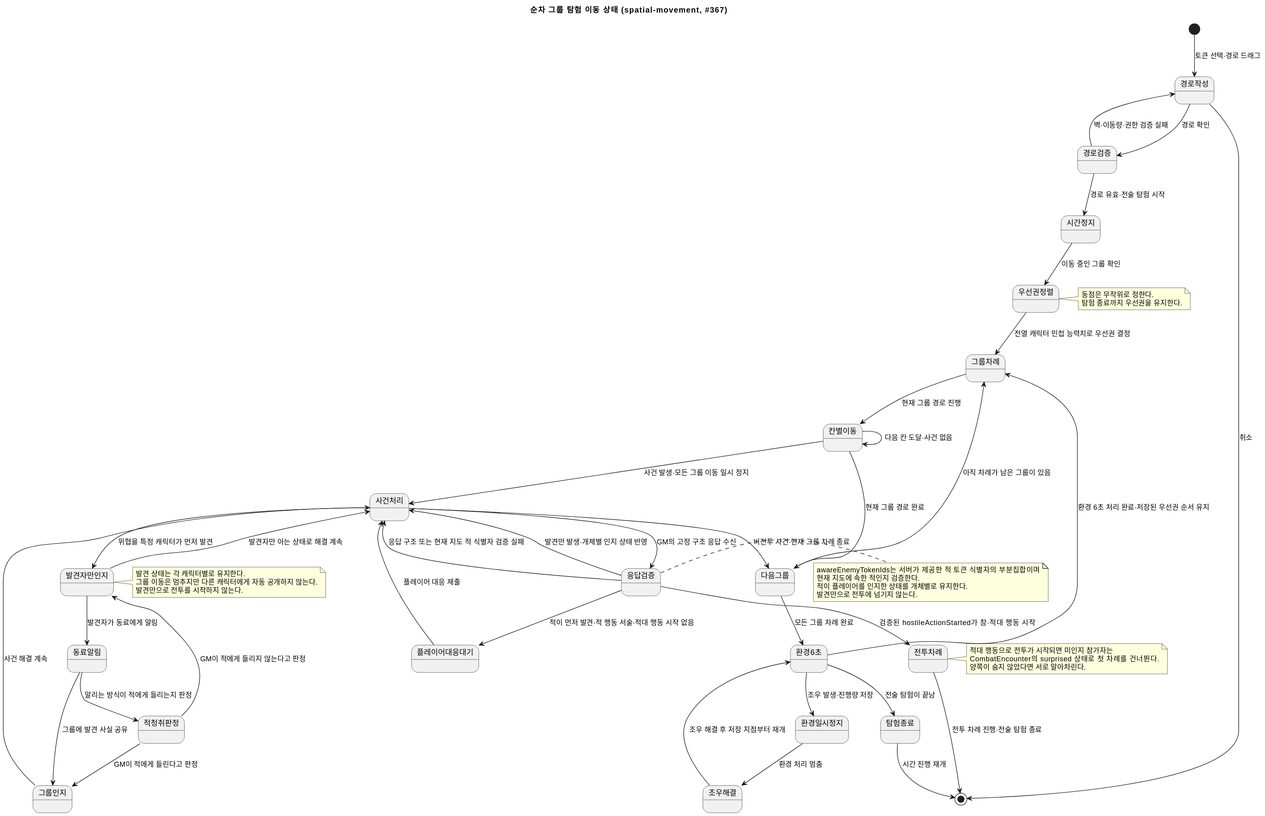
Above: docs/contracts/diagrams/spatial-movement.state.svg in omegafrog/dnd-master (PlantUML), before the change.
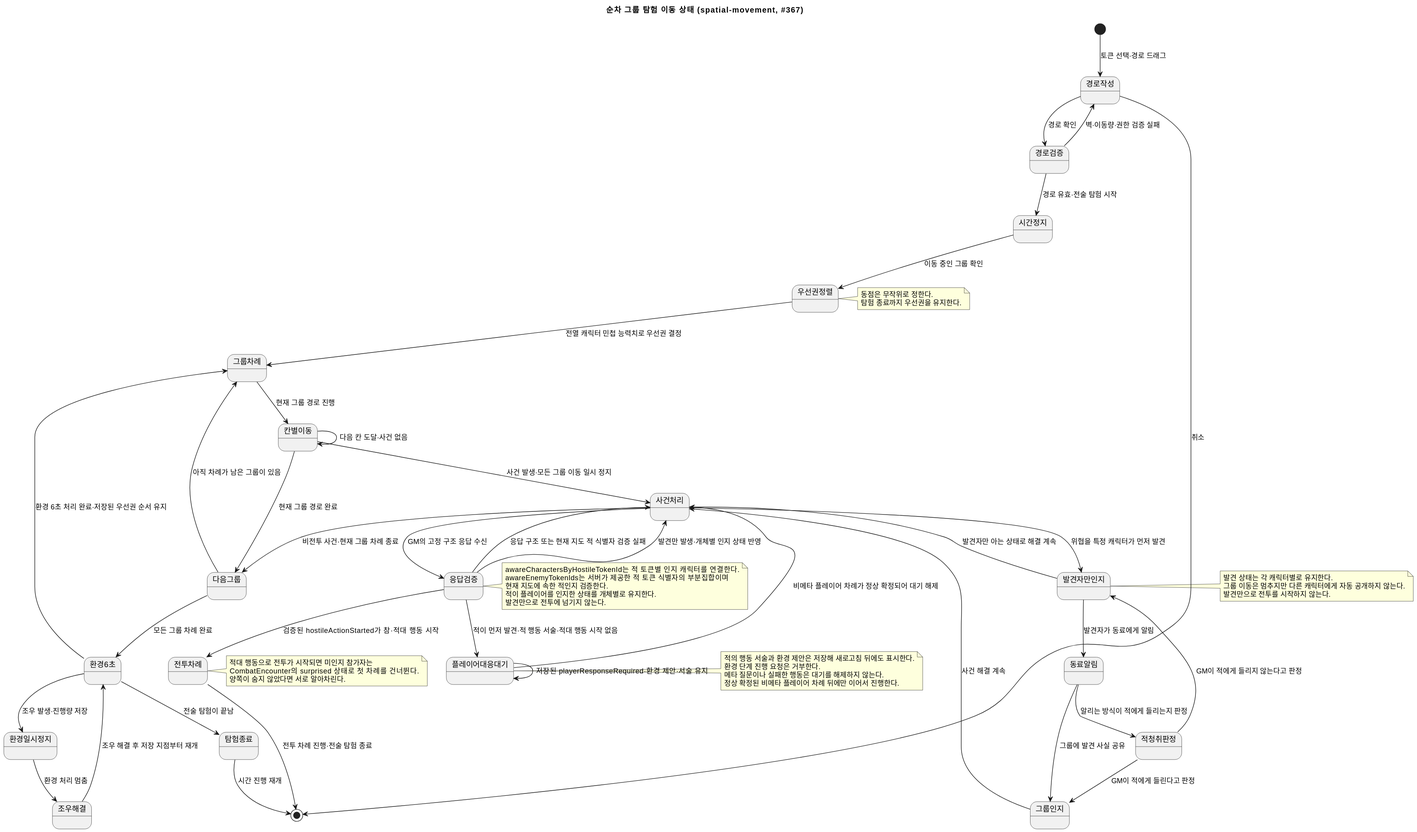
The same diagram one commit later.

What changed in the source:
```diff
@@ -17,13 +17,21 @@
  응답검증 --> 사건처리 : 응답 구조 또는 현재 지도 적 식별자 검증 실패
  응답검증 --> 전투차례 : 검증된 hostileActionStarted가 참·적대 행동 시작
  응답검증 --> 플레이어대응대기 : 적이 먼저 발견·적 행동 서술·적대 행동 시작 없음
- 플레이어대응대기 --> 사건처리 : 플레이어 대응 제출
+ 플레이어대응대기 --> 플레이어대응대기 : 저장된 playerResponseRequired·환경 제안·서술 유지
+ 플레이어대응대기 --> 사건처리 : 비메타 플레이어 차례가 정상 확정되어 대기 해제
  응답검증 --> 사건처리 : 발견만 발생·개체별 인지 상태 반영
  note right of 응답검증
+   awareCharactersByHostileTokenId는 적 토큰별 인지 캐릭터를 연결한다.
    awareEnemyTokenIds는 서버가 제공한 적 토큰 식별자의 부분집합이며
    현재 지도에 속한 적인지 검증한다.
    적이 플레이어를 인지한 상태를 개체별로 유지한다.
    발견만으로 전투에 넘기지 않는다.
+ end note
+ note right of 플레이어대응대기
+   적의 행동 서술과 환경 제안은 저장해 새로고침 뒤에도 표시한다.
+   환경 단계 진행 요청은 거부한다.
+   메타 질문이나 실패한 행동은 대기를 해제하지 않는다.
+   정상 확정된 비메타 플레이어 차례 뒤에만 이어서 진행한다.
  end note
  사건처리 --> 발견자만인지 : 위협을 특정 캐릭터가 먼저 발견
  발견자만인지 --> 동료알림 : 발견자가 동료에게 알림
```
